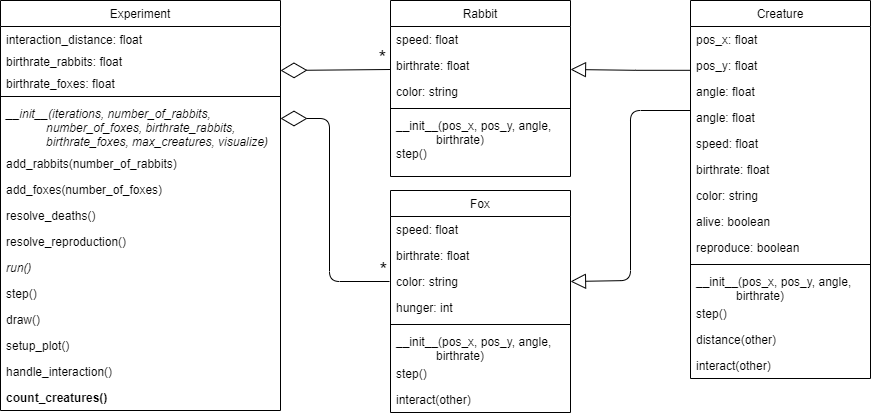
The draw.io diagram 90 phase9/oo-phase9.png in spcourse/populations-oo, before a commit. Source tidied: cells renumbered, new cells last; positions are measured from the earlier drawing's top-left corner, leaving out a move shared by most shapes.
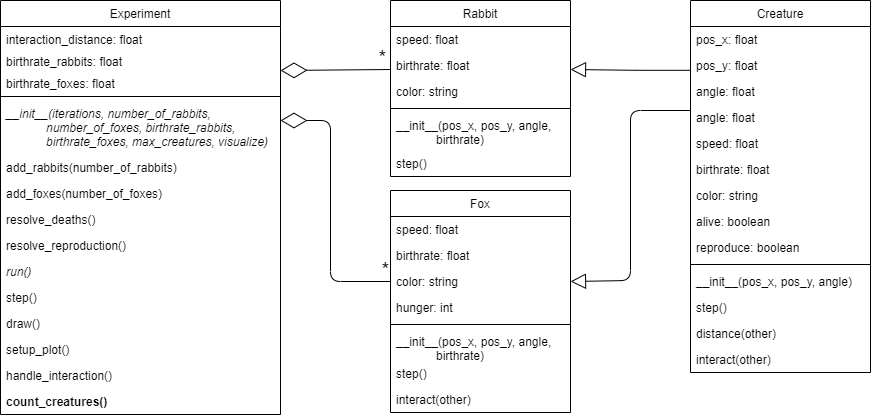
The same diagram one commit later.

The edit, as a diff of the source:
```diff
@@ -3,52 +3,52 @@
     <mxCell id="0" />
     <mxCell id="1" parent="0" />
     <mxCell id="2" value="Experiment" style="swimlane;fontStyle=0;align=center;verticalAlign=top;horizontal=1;startSize=26;rounded=0;shadow=0;strokeWidth=1;" parent="1" vertex="1">
-      <mxGeometry width="280" height="410" as="geometry" />
+      <mxGeometry width="280" height="414" as="geometry" />
     </mxCell>
-    <mxCell id="3" value="interaction_distance: float&#10;" style="text;align=left;verticalAlign=top;spacingLeft=4;spacingRight=4;overflow=hidden;" parent="2" vertex="1">
+    <mxCell id="3" value="interaction_distance: float" style="text;align=left;verticalAlign=top;spacingLeft=4;spacingRight=4;overflow=hidden;" parent="2" vertex="1">
       <mxGeometry y="26" width="280" height="22" as="geometry" />
     </mxCell>
-    <mxCell id="4" value="birthrate_rabbits: float" style="text;align=left;verticalAlign=top;spacingLeft=4;spacingRight=4;overflow=hidden;fontStyle=0;" parent="2" vertex="1">
+    <mxCell id="4" value="birthrate_rabbits: float" style="text;align=left;verticalAlign=top;spacingLeft=4;spacingRight=4;overflow=hidden;" parent="2" vertex="1">
       <mxGeometry y="48" width="280" height="22" as="geometry" />
     </mxCell>
-    <mxCell id="5" value="birthrate_foxes: float" style="text;align=left;verticalAlign=top;spacingLeft=4;spacingRight=4;overflow=hidden;fontStyle=0;" parent="2" vertex="1">
+    <mxCell id="5" value="birthrate_foxes: float" style="text;align=left;verticalAlign=top;spacingLeft=4;spacingRight=4;overflow=hidden;" parent="2" vertex="1">
       <mxGeometry y="70" width="280" height="22" as="geometry" />
     </mxCell>
     <mxCell id="6" style="line;html=1;strokeWidth=1;align=left;verticalAlign=middle;spacingTop=-1;spacingLeft=3;spacingRight=3;labelPosition=right;" parent="2" vertex="1">
       <mxGeometry y="92" width="280" height="8" as="geometry" />
     </mxCell>
-    <mxCell id="7" value="__init__(iterations, number_of_rabbits, &#10;            number_of_foxes, birthrate_rabbits,&#10;            birthrate_foxes, max_creatures, visualize)&#10;" style="text;align=left;verticalAlign=top;spacingLeft=4;spacingRight=4;overflow=hidden;fontStyle=2;" parent="2" vertex="1">
-      <mxGeometry y="100" width="280" height="50" as="geometry" />
+    <mxCell id="7" value="__init__(iterations, number_of_rabbits, &#10;            number_of_foxes, birthrate_rabbits,&#10;            birthrate_foxes, max_creatures, visualize)" style="text;align=left;verticalAlign=top;spacingLeft=4;spacingRight=4;overflow=hidden;fontStyle=2;" parent="2" vertex="1">
+      <mxGeometry y="100" width="280" height="54" as="geometry" />
     </mxCell>
-    <mxCell id="8" value="add_rabbits(number_of_rabbits)" style="text;align=left;verticalAlign=top;spacingLeft=4;spacingRight=4;overflow=hidden;" parent="2" vertex="1">
-      <mxGeometry y="150" width="280" height="26" as="geometry" />
+    <mxCell id="8" value="add_rabbits(number_of_rabbits)" style="text;align=left;verticalAlign=top;spacingLeft=4;spacingRight=4;overflow=hidden;fontStyle=0;" parent="2" vertex="1">
+      <mxGeometry y="154" width="280" height="26" as="geometry" />
     </mxCell>
-    <mxCell id="9" value="add_foxes(number_of_foxes)" style="text;align=left;verticalAlign=top;spacingLeft=4;spacingRight=4;overflow=hidden;" parent="2" vertex="1">
-      <mxGeometry y="176" width="280" height="26" as="geometry" />
+    <mxCell id="9" value="add_foxes(number_of_foxes)" style="text;align=left;verticalAlign=top;spacingLeft=4;spacingRight=4;overflow=hidden;fontStyle=0;" parent="2" vertex="1">
+      <mxGeometry y="180" width="280" height="26" as="geometry" />
     </mxCell>
     <mxCell id="10" value="resolve_deaths()" style="text;align=left;verticalAlign=top;spacingLeft=4;spacingRight=4;overflow=hidden;" parent="2" vertex="1">
-      <mxGeometry y="202" width="280" height="26" as="geometry" />
+      <mxGeometry y="206" width="280" height="26" as="geometry" />
     </mxCell>
     <mxCell id="11" value="resolve_reproduction()" style="text;align=left;verticalAlign=top;spacingLeft=4;spacingRight=4;overflow=hidden;fontStyle=0;" parent="2" vertex="1">
-      <mxGeometry y="228" width="280" height="26" as="geometry" />
+      <mxGeometry y="232" width="280" height="26" as="geometry" />
     </mxCell>
     <mxCell id="12" value="run()" style="text;align=left;verticalAlign=top;spacingLeft=4;spacingRight=4;overflow=hidden;fontStyle=2;" parent="2" vertex="1">
-      <mxGeometry y="254" width="280" height="26" as="geometry" />
+      <mxGeometry y="258" width="280" height="26" as="geometry" />
     </mxCell>
     <mxCell id="13" value="step()" style="text;align=left;verticalAlign=top;spacingLeft=4;spacingRight=4;overflow=hidden;fontStyle=0;" parent="2" vertex="1">
-      <mxGeometry y="280" width="280" height="26" as="geometry" />
+      <mxGeometry y="284" width="280" height="26" as="geometry" />
     </mxCell>
     <mxCell id="14" value="draw()" style="text;align=left;verticalAlign=top;spacingLeft=4;spacingRight=4;overflow=hidden;" parent="2" vertex="1">
-      <mxGeometry y="306" width="280" height="26" as="geometry" />
+      <mxGeometry y="310" width="280" height="26" as="geometry" />
     </mxCell>
     <mxCell id="15" value="setup_plot()" style="text;align=left;verticalAlign=top;spacingLeft=4;spacingRight=4;overflow=hidden;" parent="2" vertex="1">
-      <mxGeometry y="332" width="280" height="26" as="geometry" />
+      <mxGeometry y="336" width="280" height="26" as="geometry" />
     </mxCell>
     <mxCell id="16" value="handle_interaction()" style="text;align=left;verticalAlign=top;spacingLeft=4;spacingRight=4;overflow=hidden;" parent="2" vertex="1">
-      <mxGeometry y="358" width="280" height="26" as="geometry" />
+      <mxGeometry y="362" width="280" height="26" as="geometry" />
     </mxCell>
     <mxCell id="17" value="count_creatures()" style="text;align=left;verticalAlign=top;spacingLeft=4;spacingRight=4;overflow=hidden;fontStyle=1;" parent="2" vertex="1">
-      <mxGeometry y="384" width="280" height="26" as="geometry" />
+      <mxGeometry y="388" width="280" height="26" as="geometry" />
     </mxCell>
     <mxCell id="18" value="Fox" style="swimlane;fontStyle=0;align=center;verticalAlign=top;horizontal=1;startSize=26;rounded=0;shadow=0;strokeWidth=1;" parent="1" vertex="1">
       <mxGeometry x="390" y="190" width="180" height="222" as="geometry" />
@@ -68,7 +68,7 @@
     <mxCell id="23" style="line;html=1;strokeWidth=1;align=left;verticalAlign=middle;spacingTop=-1;spacingLeft=3;spacingRight=3;labelPosition=right;" parent="18" vertex="1">
       <mxGeometry y="130" width="180" height="8" as="geometry" />
     </mxCell>
-    <mxCell id="24" value="__init__(pos_x, pos_y, angle,&#10;            birthrate)&#10;" style="text;align=left;verticalAlign=top;spacingLeft=4;spacingRight=4;overflow=hidden;fontStyle=0;" parent="18" vertex="1">
+    <mxCell id="24" value="__init__(pos_x, pos_y, angle,&#10;            birthrate)" style="text;align=left;verticalAlign=top;spacingLeft=4;spacingRight=4;overflow=hidden;fontStyle=0;" parent="18" vertex="1">
       <mxGeometry y="138" width="180" height="32" as="geometry" />
     </mxCell>
     <mxCell id="25" value="step()" style="text;align=left;verticalAlign=top;spacingLeft=4;spacingRight=4;overflow=hidden;" parent="18" vertex="1">
@@ -77,13 +77,13 @@
     <mxCell id="26" value="interact(other)" style="text;align=left;verticalAlign=top;spacingLeft=4;spacingRight=4;overflow=hidden;" parent="18" vertex="1">
       <mxGeometry y="196" width="180" height="26" as="geometry" />
     </mxCell>
-    <mxCell id="27" style="endArrow=diamondThin;endFill=0;endSize=24;html=1;exitX=0;exitY=0.5;exitDx=0;exitDy=0;edgeStyle=orthogonalEdgeStyle;" parent="1" edge="1">
+    <mxCell id="27" style="endArrow=diamondThin;endFill=0;endSize=24;html=1;exitX=0;exitY=0.5;exitDx=0;exitDy=0;edgeStyle=orthogonalEdgeStyle;" parent="1" edge="1" source="21">
       <mxGeometry relative="1" as="geometry">
-        <mxPoint x="389" y="281" as="sourcePoint" />
-        <mxPoint x="280" y="118" as="targetPoint" />
+        <mxPoint x="280" y="120" as="targetPoint" />
         <Array as="points">
-          <mxPoint x="329" y="281" />
-          <mxPoint x="329" y="118" />
+          <mxPoint x="330" y="281" />
+          <mxPoint x="330" y="120" />
+          <mxPoint x="280" y="120" />
         </Array>
       </mxGeometry>
     </mxCell>
@@ -107,11 +107,11 @@
     <mxCell id="33" style="line;html=1;strokeWidth=1;align=left;verticalAlign=middle;spacingTop=-1;spacingLeft=3;spacingRight=3;labelPosition=right;" parent="29" vertex="1">
       <mxGeometry y="104" width="180" height="8" as="geometry" />
     </mxCell>
-    <mxCell id="34" value="__init__(pos_x, pos_y, angle,&#10;            birthrate)" style="text;align=left;verticalAlign=top;spacingLeft=4;spacingRight=4;overflow=hidden;fontStyle=0;" parent="29" vertex="1">
-      <mxGeometry y="112" width="180" height="28" as="geometry" />
+    <mxCell id="34" value="__init__(pos_x, pos_y, angle, &#10;            birthrate)" style="text;align=left;verticalAlign=top;spacingLeft=4;spacingRight=4;overflow=hidden;fontStyle=0;" parent="29" vertex="1">
+      <mxGeometry y="112" width="180" height="38" as="geometry" />
     </mxCell>
     <mxCell id="35" value="step()" style="text;align=left;verticalAlign=top;spacingLeft=4;spacingRight=4;overflow=hidden;" parent="29" vertex="1">
-      <mxGeometry y="140" width="180" height="26" as="geometry" />
+      <mxGeometry y="150" width="180" height="26" as="geometry" />
     </mxCell>
     <mxCell id="36" style="endArrow=diamondThin;endFill=0;endSize=24;html=1;" parent="1" edge="1">
       <mxGeometry relative="1" as="geometry">
@@ -125,7 +125,7 @@
       </mxGeometry>
     </mxCell>
     <mxCell id="38" value="Creature" style="swimlane;fontStyle=0;align=center;verticalAlign=top;horizontal=1;startSize=26;rounded=0;shadow=0;strokeWidth=1;" parent="1" vertex="1">
-      <mxGeometry x="690" width="180" height="378" as="geometry" />
+      <mxGeometry x="690" width="180" height="372" as="geometry" />
     </mxCell>
     <mxCell id="39" value="pos_x: float" style="text;align=left;verticalAlign=top;spacingLeft=4;spacingRight=4;overflow=hidden;" parent="38" vertex="1">
       <mxGeometry y="26" width="180" height="26" as="geometry" />
@@ -157,17 +157,17 @@
     <mxCell id="48" style="line;html=1;strokeWidth=1;align=left;verticalAlign=middle;spacingTop=-1;spacingLeft=3;spacingRight=3;labelPosition=right;" parent="38" vertex="1">
       <mxGeometry y="260" width="180" height="8" as="geometry" />
     </mxCell>
-    <mxCell id="49" value="__init__(pos_x, pos_y, angle,&#10;            birthrate)" style="text;align=left;verticalAlign=top;spacingLeft=4;spacingRight=4;overflow=hidden;fontStyle=0;" parent="38" vertex="1">
-      <mxGeometry y="268" width="180" height="32" as="geometry" />
+    <mxCell id="49" value="__init__(pos_x, pos_y, angle)" style="text;align=left;verticalAlign=top;spacingLeft=4;spacingRight=4;overflow=hidden;fontStyle=0;" parent="38" vertex="1">
+      <mxGeometry y="268" width="180" height="26" as="geometry" />
     </mxCell>
-    <mxCell id="50" value="step()" style="text;align=left;verticalAlign=top;spacingLeft=4;spacingRight=4;overflow=hidden;fontStyle=0;" parent="38" vertex="1">
-      <mxGeometry y="300" width="180" height="26" as="geometry" />
+    <mxCell id="50" value="step()" style="text;align=left;verticalAlign=top;spacingLeft=4;spacingRight=4;overflow=hidden;" parent="38" vertex="1">
+      <mxGeometry y="294" width="180" height="26" as="geometry" />
     </mxCell>
     <mxCell id="51" value="distance(other)" style="text;align=left;verticalAlign=top;spacingLeft=4;spacingRight=4;overflow=hidden;" parent="38" vertex="1">
-      <mxGeometry y="326" width="180" height="26" as="geometry" />
+      <mxGeometry y="320" width="180" height="26" as="geometry" />
     </mxCell>
     <mxCell id="52" value="interact(other)" style="text;align=left;verticalAlign=top;spacingLeft=4;spacingRight=4;overflow=hidden;fontStyle=0;" parent="38" vertex="1">
-      <mxGeometry y="352" width="180" height="26" as="geometry" />
+      <mxGeometry y="346" width="180" height="26" as="geometry" />
     </mxCell>
     <mxCell id="53" style="edgeStyle=orthogonalEdgeStyle;rounded=0;jettySize=auto;html=1;exitX=0.002;exitY=-0.315;exitDx=0;exitDy=0;fontSize=16;endArrow=block;endFill=0;startSize=6;endSize=13;exitPerimeter=0;" parent="1" edge="1" source="41">
       <mxGeometry relative="1" as="geometry">
```
